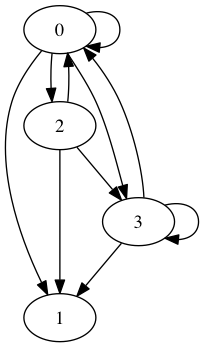
Above: graph15_q2a3b1.png in jwimberley/FiniteFieldCollatz (Graphviz), before the change. Its source is kept beside it as graph15_q2a3b1.gv.
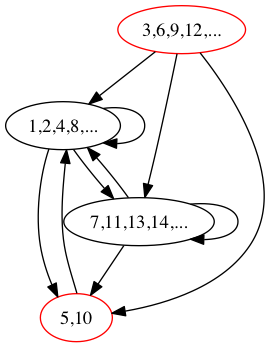
Above is the later version.

What changed in the source:
```diff
@@ -1,16 +1,16 @@
 digraph G {
-0;
-1;
-2;
-3;
+0[label="1,2,4,8,...", color="black", bgcolor="lightgrey"];
+1[label="3,6,9,12,...", color="red", bgcolor="red"];
+2[label="5,10", color="red", bgcolor="red"];
+3[label="7,11,13,14,...", color="black", bgcolor="lightgrey"];
 0->0 ;
+0->2 ;
+0->3 ;
+1->0 ;
+1->2 ;
+1->3 ;
 2->0 ;
 3->0 ;
-0->1 ;
-2->1 ;
-3->1 ;
-0->2 ;
-0->3 ;
-2->3 ;
+3->2 ;
 3->3 ;
 }
```
